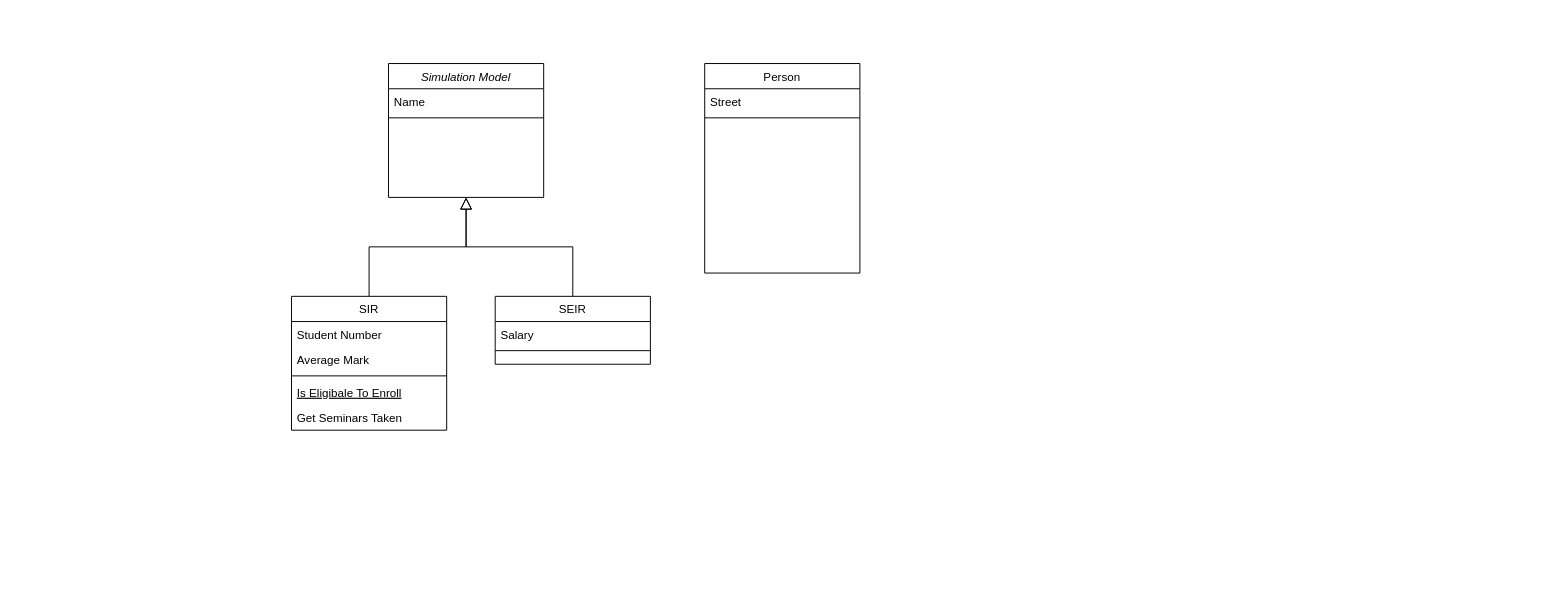
This is UML/Class Diagram.drawio from Yaimuu/SIR_Project, a draw.io file, before an edit. Source tidied: cells renumbered, new cells numbered last; positions are measured from the earlier drawing's top-left corner, leaving out a move shared by most shapes. Both pictures are drawn from the tidied source at 97%, with x=0, y=0 at pixel (291, 63).
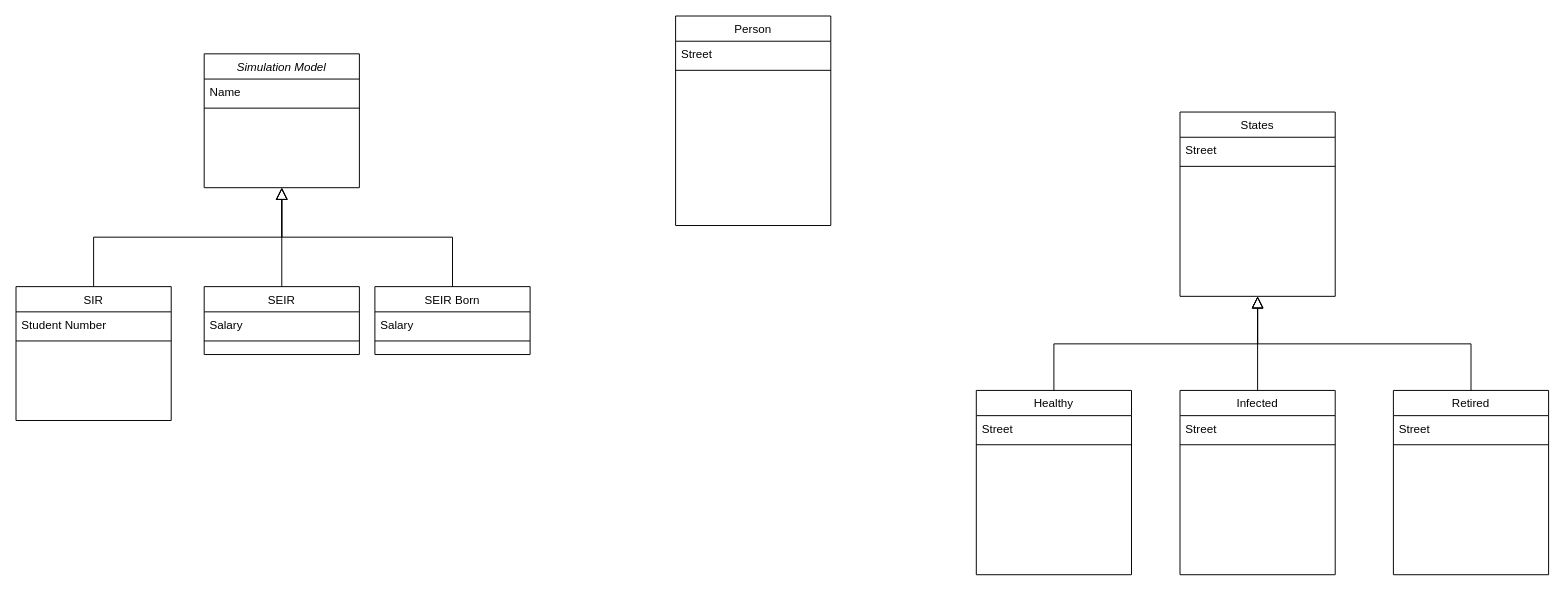
Above is the later version.

Diff of the diagram source:
```diff
@@
     <mxCell id="2" value="Simulation Model" style="swimlane;fontStyle=2;align=center;verticalAlign=top;horizontal=1;startSize=26;rounded=0;shadow=0;strokeWidth=1;" parent="1" vertex="1">
-      <mxGeometry x="100" width="160" height="138" as="geometry" />
+      <mxGeometry x="-90" y="-10" width="160" height="138" as="geometry" />
     </mxCell>
@@
     <mxCell id="5" value="SIR" style="swimlane;fontStyle=0;align=center;verticalAlign=top;horizontal=1;startSize=26;rounded=0;shadow=0;strokeWidth=1;" parent="1" vertex="1">
-      <mxGeometry y="240" width="160" height="138" as="geometry" />
+      <mxGeometry x="-284" y="230" width="160" height="138" as="geometry" />
     </mxCell>
@@
-    <mxCell id="7" value="Average Mark" style="text;align=left;verticalAlign=top;spacingLeft=4;spacingRight=4;overflow=hidden;rounded=0;shadow=0;html=0;" parent="5" vertex="1">
-      <mxGeometry y="52" width="160" height="26" as="geometry" />
-    </mxCell>
     <mxCell id="8" style="line;html=1;strokeWidth=1;align=left;verticalAlign=middle;spacingTop=-1;spacingLeft=3;spacingRight=3;labelPosition=right;" parent="5" vertex="1">
-      <mxGeometry y="78" width="160" height="8" as="geometry" />
+      <mxGeometry y="52" width="160" height="8" as="geometry" />
     </mxCell>
-    <mxCell id="9" value="Is Eligibale To Enroll" style="text;align=left;verticalAlign=top;spacingLeft=4;spacingRight=4;overflow=hidden;fontStyle=4;" parent="5" vertex="1">
-      <mxGeometry y="86" width="160" height="26" as="geometry" />
-    </mxCell>
-    <mxCell id="10" value="Get Seminars Taken" style="text;align=left;verticalAlign=top;spacingLeft=4;spacingRight=4;overflow=hidden;" parent="5" vertex="1">
-      <mxGeometry y="112" width="160" height="26" as="geometry" />
-    </mxCell>
@@
     <mxCell id="12" value="SEIR" style="swimlane;fontStyle=0;align=center;verticalAlign=top;horizontal=1;startSize=26;rounded=0;shadow=0;strokeWidth=1;" parent="1" vertex="1">
-      <mxGeometry x="210" y="240" width="160" height="70" as="geometry" />
+      <mxGeometry x="-90" y="230" width="160" height="70" as="geometry" />
     </mxCell>
@@
     <mxCell id="16" value="Person" style="swimlane;fontStyle=0;align=center;verticalAlign=top;horizontal=1;startSize=26;rounded=0;shadow=0;strokeWidth=1;" parent="1" vertex="1">
-      <mxGeometry x="426" width="160" height="216" as="geometry" />
+      <mxGeometry x="396" y="-49" width="160" height="216" as="geometry" />
     </mxCell>
@@
+    <mxCell id="19" value="States" style="swimlane;fontStyle=0;align=center;verticalAlign=top;horizontal=1;startSize=26;rounded=0;shadow=0;strokeWidth=1;" parent="1" vertex="1">
+      <mxGeometry x="916" y="50" width="160" height="190" as="geometry" />
+    </mxCell>
+    <mxCell id="20" value="Street" style="text;align=left;verticalAlign=top;spacingLeft=4;spacingRight=4;overflow=hidden;" parent="19" vertex="1">
+      <mxGeometry y="26" width="160" height="26" as="geometry" />
+    </mxCell>
+    <mxCell id="21" style="line;html=1;strokeWidth=1;align=left;verticalAlign=middle;spacingTop=-1;spacingLeft=3;spacingRight=3;labelPosition=right;" parent="19" vertex="1">
+      <mxGeometry y="52" width="160" height="8" as="geometry" />
+    </mxCell>
+    <mxCell id="22" value="SEIR Born" style="swimlane;fontStyle=0;align=center;verticalAlign=top;horizontal=1;startSize=26;rounded=0;shadow=0;strokeWidth=1;" parent="1" vertex="1">
+      <mxGeometry x="86" y="230" width="160" height="70" as="geometry" />
+    </mxCell>
+    <mxCell id="23" value="Salary" style="text;align=left;verticalAlign=top;spacingLeft=4;spacingRight=4;overflow=hidden;" parent="22" vertex="1">
+      <mxGeometry y="26" width="160" height="26" as="geometry" />
+    </mxCell>
+    <mxCell id="24" style="line;html=1;strokeWidth=1;align=left;verticalAlign=middle;spacingTop=-1;spacingLeft=3;spacingRight=3;labelPosition=right;" parent="22" vertex="1">
+      <mxGeometry y="52" width="160" height="8" as="geometry" />
+    </mxCell>
+    <mxCell id="25" style="endArrow=block;endSize=10;endFill=0;shadow=0;strokeWidth=1;rounded=0;edgeStyle=elbowEdgeStyle;elbow=vertical;entryX=0.5;entryY=1;entryDx=0;entryDy=0;" parent="1" edge="1" target="2">
+      <mxGeometry relative="1" as="geometry">
+        <mxPoint x="166" y="230" as="sourcePoint" />
+      </mxGeometry>
+    </mxCell>
+    <mxCell id="26" value="Infected" style="swimlane;fontStyle=0;align=center;verticalAlign=top;horizontal=1;startSize=26;rounded=0;shadow=0;strokeWidth=1;" parent="1" vertex="1">
+      <mxGeometry x="916" y="337" width="160" height="190" as="geometry" />
+    </mxCell>
+    <mxCell id="27" value="Street" style="text;align=left;verticalAlign=top;spacingLeft=4;spacingRight=4;overflow=hidden;" parent="26" vertex="1">
+      <mxGeometry y="26" width="160" height="26" as="geometry" />
+    </mxCell>
+    <mxCell id="28" style="line;html=1;strokeWidth=1;align=left;verticalAlign=middle;spacingTop=-1;spacingLeft=3;spacingRight=3;labelPosition=right;" parent="26" vertex="1">
+      <mxGeometry y="52" width="160" height="8" as="geometry" />
+    </mxCell>
+    <mxCell id="29" value="Healthy" style="swimlane;fontStyle=0;align=center;verticalAlign=top;horizontal=1;startSize=26;rounded=0;shadow=0;strokeWidth=1;" parent="1" vertex="1">
+      <mxGeometry x="706" y="337" width="160" height="190" as="geometry" />
+    </mxCell>
+    <mxCell id="30" value="Street" style="text;align=left;verticalAlign=top;spacingLeft=4;spacingRight=4;overflow=hidden;" parent="29" vertex="1">
+      <mxGeometry y="26" width="160" height="26" as="geometry" />
+    </mxCell>
+    <mxCell id="31" style="line;html=1;strokeWidth=1;align=left;verticalAlign=middle;spacingTop=-1;spacingLeft=3;spacingRight=3;labelPosition=right;" parent="29" vertex="1">
+      <mxGeometry y="52" width="160" height="8" as="geometry" />
+    </mxCell>
+    <mxCell id="32" value="Retired" style="swimlane;fontStyle=0;align=center;verticalAlign=top;horizontal=1;startSize=26;rounded=0;shadow=0;strokeWidth=1;" parent="1" vertex="1">
+      <mxGeometry x="1136" y="337" width="160" height="190" as="geometry" />
+    </mxCell>
+    <mxCell id="33" value="Street" style="text;align=left;verticalAlign=top;spacingLeft=4;spacingRight=4;overflow=hidden;" parent="32" vertex="1">
+      <mxGeometry y="26" width="160" height="26" as="geometry" />
+    </mxCell>
+    <mxCell id="34" style="line;html=1;strokeWidth=1;align=left;verticalAlign=middle;spacingTop=-1;spacingLeft=3;spacingRight=3;labelPosition=right;" parent="32" vertex="1">
+      <mxGeometry y="52" width="160" height="8" as="geometry" />
+    </mxCell>
+    <mxCell id="35" style="endArrow=block;endSize=10;endFill=0;shadow=0;strokeWidth=1;rounded=0;edgeStyle=elbowEdgeStyle;elbow=vertical;exitX=0.5;exitY=0;exitDx=0;exitDy=0;entryX=0.5;entryY=1;entryDx=0;entryDy=0;" parent="1" edge="1" source="29" target="19">
+      <mxGeometry relative="1" as="geometry" />
+    </mxCell>
+    <mxCell id="36" style="endArrow=block;endSize=10;endFill=0;shadow=0;strokeWidth=1;rounded=0;edgeStyle=elbowEdgeStyle;elbow=vertical;exitX=0.5;exitY=0;exitDx=0;exitDy=0;entryX=0.5;entryY=1;entryDx=0;entryDy=0;" parent="1" edge="1" source="26" target="19">
+      <mxGeometry relative="1" as="geometry" />
+    </mxCell>
+    <mxCell id="37" style="endArrow=block;endSize=10;endFill=0;shadow=0;strokeWidth=1;rounded=0;edgeStyle=elbowEdgeStyle;elbow=vertical;exitX=0.5;exitY=0;exitDx=0;exitDy=0;entryX=0.5;entryY=1;entryDx=0;entryDy=0;" parent="1" edge="1" source="32" target="19">
+      <mxGeometry relative="1" as="geometry" />
+    </mxCell>
```
